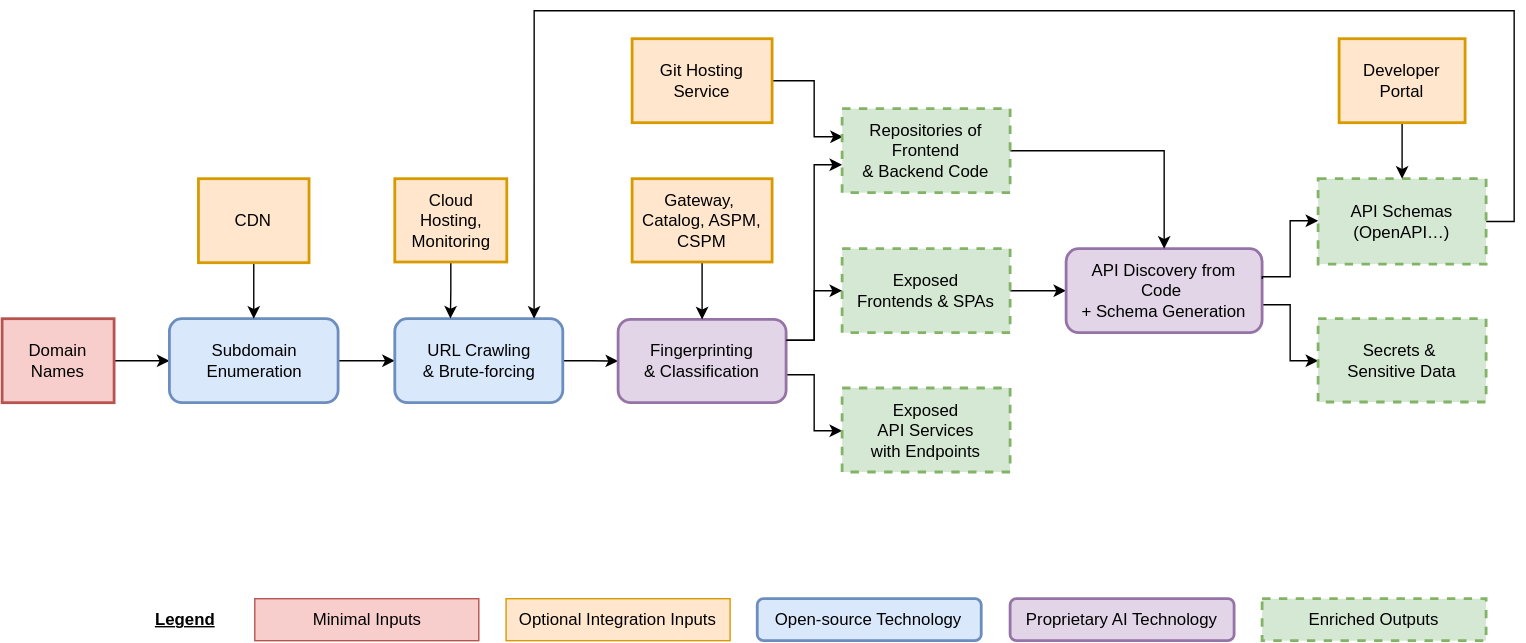
Above: docs/01-inventory/01-introduction/inventory-diagram.svg in Escape-Technologies/docs (draw.io), before the change. Source tidied: cells renumbered, new cells last; positions are measured from the earlier drawing's top-left corner, leaving out a move shared by most shapes.
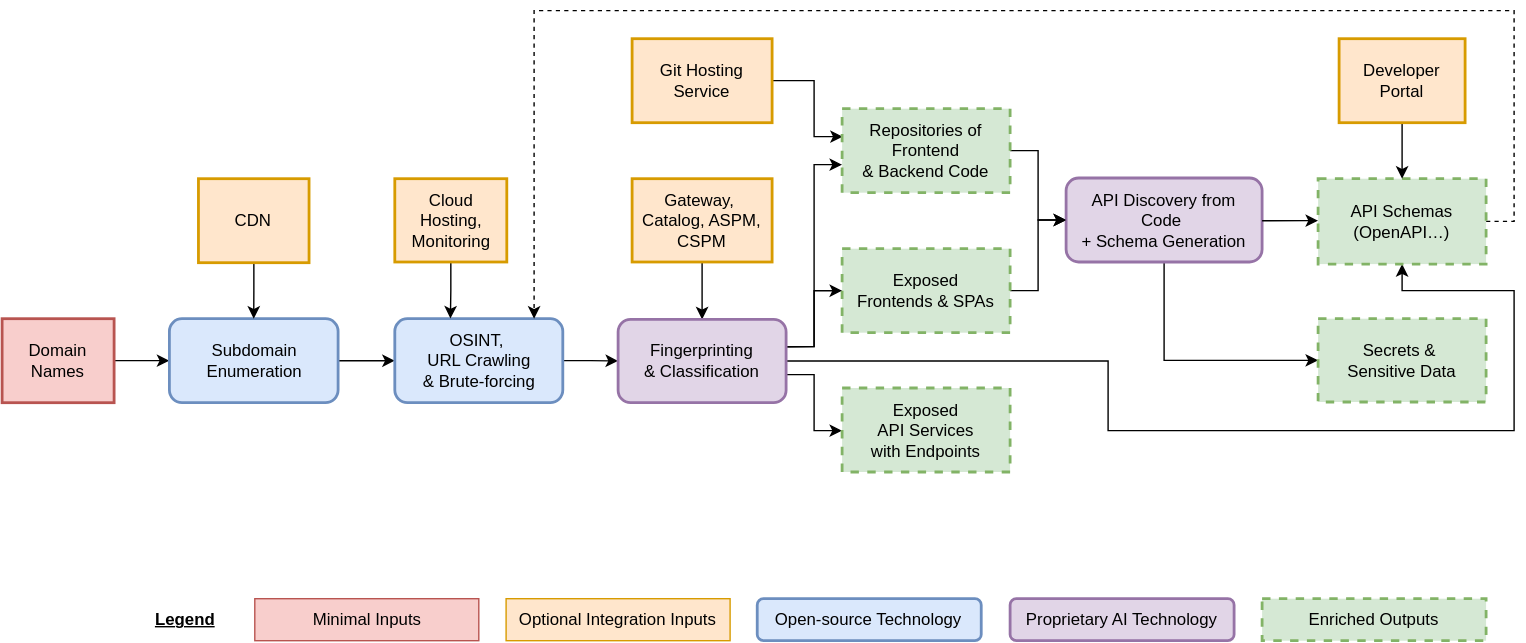
Above is the later version.

Commit message:
fix: improve schema

Change to the diagram source:
```diff
@@ -17,7 +17,7 @@
     <mxCell id="6" style="edgeStyle=orthogonalEdgeStyle;rounded=0;jettySize=auto;html=1;" parent="1" edge="1" source="7" target="10">
       <mxGeometry relative="1" as="geometry" />
     </mxCell>
-    <mxCell id="7" value="URL Crawling&#10;&amp; Brute-forcing" style="whiteSpace=wrap;strokeWidth=2;rounded=1;fillColor=#dae8fc;strokeColor=#6c8ebf;" parent="1" vertex="1">
+    <mxCell id="7" value="OSINT, &#10;URL Crawling&#10;&amp; Brute-forcing" style="whiteSpace=wrap;strokeWidth=2;rounded=1;fillColor=#dae8fc;strokeColor=#6c8ebf;" parent="1" vertex="1">
       <mxGeometry x="280.5" y="220" width="120" height="60" as="geometry" />
     </mxCell>
     <mxCell id="8" style="edgeStyle=orthogonalEdgeStyle;rounded=0;jettySize=auto;html=1;" parent="1" edge="1" source="10" target="23">
@@ -28,17 +28,27 @@
         </Array>
       </mxGeometry>
     </mxCell>
-    <mxCell id="9" style="edgeStyle=orthogonalEdgeStyle;rounded=0;jettySize=auto;html=1;exitX=1;exitY=0.25;exitDx=0;exitDy=0;" parent="1" edge="1" source="10" target="30">
+    <mxCell id="9" style="edgeStyle=orthogonalEdgeStyle;rounded=0;jettySize=auto;html=1;" parent="1" edge="1" target="30">
       <mxGeometry relative="1" as="geometry">
+        <mxPoint x="560" y="240" as="sourcePoint" />
         <Array as="points">
-          <mxPoint x="580" y="235" />
+          <mxPoint x="560" y="240" />
+          <mxPoint x="580" y="240" />
           <mxPoint x="580" y="110" />
         </Array>
       </mxGeometry>
     </mxCell>
-    <mxCell id="10" value="Fingerprinting&#10;&amp; Classification" style="whiteSpace=wrap;strokeWidth=2;rounded=1;fillColor=#e1d5e7;strokeColor=#9673a6;" parent="1" vertex="1">
-      <mxGeometry x="440" y="220.5" width="120" height="59.5" as="geometry" />
-    </mxCell>
+    <mxCell id="39" style="edgeStyle=orthogonalEdgeStyle;rounded=0;jettySize=auto;html=1;entryX=0.5;entryY=1;entryDx=0;entryDy=0;" parent="1" edge="1" source="10" target="25">
+      <mxGeometry relative="1" as="geometry">
+        <Array as="points">
+          <mxPoint x="790" y="250" />
+          <mxPoint x="790" y="300" />
+          <mxPoint x="1080" y="300" />
+          <mxPoint x="1080" y="200" />
+          <mxPoint x="1000" y="200" />
+        </Array>
+      </mxGeometry>
+    </mxCell>
     <mxCell id="11" style="edgeStyle=orthogonalEdgeStyle;rounded=0;jettySize=auto;html=1;entryX=0;entryY=0.5;entryDx=0;entryDy=0;" parent="1" edge="1" source="12" target="14">
       <mxGeometry relative="1" as="geometry" />
     </mxCell>
@@ -48,14 +58,12 @@
     <mxCell id="13" style="edgeStyle=orthogonalEdgeStyle;rounded=0;jettySize=auto;html=1;entryX=0;entryY=0.5;entryDx=0;entryDy=0;" parent="1" edge="1" source="14" target="26">
       <mxGeometry relative="1" as="geometry">
         <Array as="points">
-          <mxPoint x="920" y="210" />
-          <mxPoint x="920" y="250" />
-          <mxPoint x="940" y="250" />
+          <mxPoint x="830" y="250" />
         </Array>
       </mxGeometry>
     </mxCell>
     <mxCell id="14" value="API Discovery from Code &#10;+ Schema Generation" style="whiteSpace=wrap;strokeWidth=2;rounded=1;glass=0;fillColor=#e1d5e7;strokeColor=#9673a6;" parent="1" vertex="1">
-      <mxGeometry x="760" y="170" width="140" height="60" as="geometry" />
+      <mxGeometry x="760" y="119.5" width="140" height="60" as="geometry" />
     </mxCell>
     <mxCell id="15" style="edgeStyle=orthogonalEdgeStyle;rounded=0;jettySize=auto;html=1;entryX=0.004;entryY=0.346;entryDx=0;entryDy=0;entryPerimeter=0;" parent="1" edge="1" source="16" target="30">
       <mxGeometry relative="1" as="geometry">
@@ -90,7 +98,7 @@
     <mxCell id="23" value="Exposed&#10;API Services&#10;with Endpoints" style="whiteSpace=wrap;strokeWidth=2;dashed=1;fillColor=#d5e8d4;strokeColor=#82b366;" parent="1" vertex="1">
       <mxGeometry x="600" y="269.5" width="120" height="60" as="geometry" />
     </mxCell>
-    <mxCell id="24" style="edgeStyle=orthogonalEdgeStyle;rounded=0;jettySize=auto;html=1;" parent="1" edge="1" source="25">
+    <mxCell id="24" style="edgeStyle=orthogonalEdgeStyle;rounded=0;jettySize=auto;html=1;dashed=1;" parent="1" edge="1" source="25">
       <mxGeometry relative="1" as="geometry">
         <mxPoint x="380" y="220" as="targetPoint" />
         <Array as="points">
@@ -106,20 +114,21 @@
     <mxCell id="26" value="Secrets &amp; &#10;Sensitive Data" style="whiteSpace=wrap;strokeWidth=2;dashed=1;fillColor=#d5e8d4;strokeColor=#82b366;" parent="1" vertex="1">
       <mxGeometry x="940" y="220" width="120" height="59.5" as="geometry" />
     </mxCell>
-    <mxCell id="27" style="edgeStyle=orthogonalEdgeStyle;rounded=0;jettySize=auto;html=1;exitX=1;exitY=0.25;exitDx=0;exitDy=0;entryX=0;entryY=0.5;entryDx=0;entryDy=0;" parent="1" edge="1" source="10" target="12">
+    <mxCell id="27" style="edgeStyle=orthogonalEdgeStyle;rounded=0;jettySize=auto;html=1;entryX=0;entryY=0.5;entryDx=0;entryDy=0;" parent="1" edge="1" target="12">
       <mxGeometry relative="1" as="geometry">
+        <mxPoint x="560" y="240" as="sourcePoint" />
         <Array as="points">
-          <mxPoint x="580" y="236" />
+          <mxPoint x="560" y="240" />
+          <mxPoint x="580" y="240" />
           <mxPoint x="580" y="200" />
         </Array>
       </mxGeometry>
     </mxCell>
-    <mxCell id="28" style="edgeStyle=orthogonalEdgeStyle;rounded=0;jettySize=auto;html=1;entryX=0;entryY=0.5;entryDx=0;entryDy=0;exitX=1.001;exitY=0.36;exitDx=0;exitDy=0;exitPerimeter=0;" parent="1" edge="1" source="14" target="25">
+    <mxCell id="28" style="edgeStyle=orthogonalEdgeStyle;rounded=0;jettySize=auto;html=1;entryX=0;entryY=0.5;entryDx=0;entryDy=0;" parent="1" edge="1" target="25">
       <mxGeometry relative="1" as="geometry">
+        <mxPoint x="900" y="150" as="sourcePoint" />
         <Array as="points">
-          <mxPoint x="900" y="190" />
-          <mxPoint x="920" y="190" />
-          <mxPoint x="920" y="150" />
+          <mxPoint x="900" y="150" />
           <mxPoint x="940" y="150" />
         </Array>
       </mxGeometry>
@@ -154,5 +163,8 @@
     <mxCell id="38" value="Developer Portal" style="whiteSpace=wrap;strokeWidth=2;fillColor=#ffe6cc;strokeColor=#d79b00;fontStyle=0;" parent="1" vertex="1">
       <mxGeometry x="955" y="20" width="90" height="60" as="geometry" />
     </mxCell>
+    <mxCell id="10" value="Fingerprinting&#10;&amp; Classification" style="whiteSpace=wrap;strokeWidth=2;rounded=1;fillColor=#e1d5e7;strokeColor=#9673a6;" parent="1" vertex="1">
+      <mxGeometry x="440" y="220.5" width="120" height="59.5" as="geometry" />
+    </mxCell>
   </root>
 </mxGraphModel>
```
